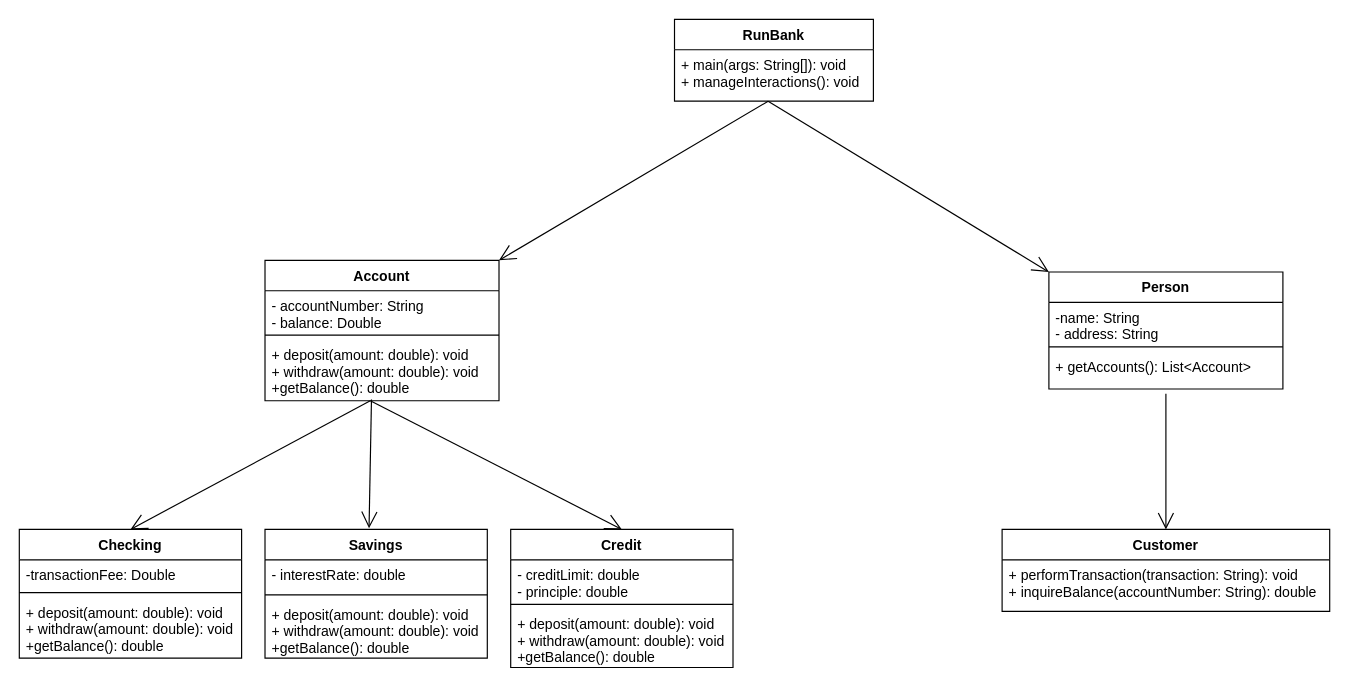
V00D00M/El-Paso-Miners-Bank keeps this draw.io diagram as UML Diagrams/UML Class Diagram.drawio. Above is the earlier version. Source tidied: cells renumbered, new cells numbered last; positions are measured from the earlier drawing's top-left corner, leaving out a move shared by most shapes. Both pictures are drawn from the tidied source at 117%, with x=0, y=0 at pixel (19, 19).
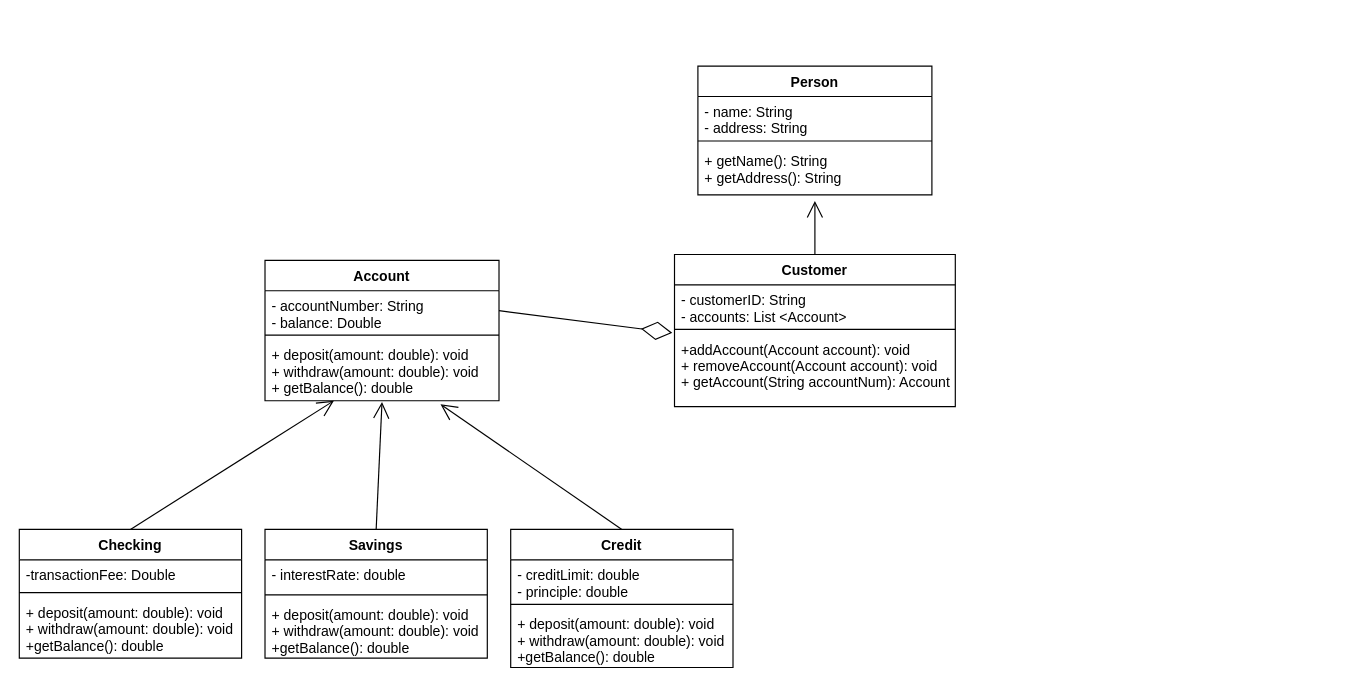
The same page after the edit.

Commit message:
Updated UML Diagram

Unchanged cells that the change refers to:
```xml
<mxCell id="2" value="Account" style="swimlane;fontStyle=1;align=center;verticalAlign=top;horizontal=1;startSize=26;" parent="1" vertex="1">
  <mxGeometry x="210" y="206" width="200" height="120" as="geometry" />
</mxCell>
<mxCell id="3" value="- accountNumber: String&#10;- balance: Double" style="text;strokeColor=none;fillColor=none;align=left;verticalAlign=top;spacingLeft=4;spacingRight=4;overflow=hidden;points=[[0,0.5],[1,0.5]];portConstraint=eastwest;" parent="2" vertex="1">
  <mxGeometry y="26" width="200" height="34" as="geometry" />
</mxCell>
<mxCell id="6" value="Checking" style="swimlane;fontStyle=1;align=center;verticalAlign=top;horizontal=1;startSize=26;" parent="1" vertex="1">
  <mxGeometry y="436" width="190" height="110" as="geometry" />
</mxCell>
<mxCell id="10" value="Savings" style="swimlane;fontStyle=1;align=center;verticalAlign=top;horizontal=1;startSize=26;" parent="1" vertex="1">
  <mxGeometry x="210" y="436" width="190" height="110" as="geometry" />
</mxCell>
<mxCell id="15" value="Credit" style="swimlane;fontStyle=1;align=center;verticalAlign=top;horizontal=1;startSize=26;" parent="1" vertex="1">
  <mxGeometry x="420" y="436" width="190" height="118" as="geometry" />
</mxCell>
```

Diff of the diagram source:
```diff
@@
-    <mxCell id="5" value="+ deposit(amount: double): void&#10;+ withdraw(amount: double): void&#10;+getBalance(): double" style="text;strokeColor=none;fillColor=none;align=left;verticalAlign=top;spacingLeft=4;spacingRight=4;overflow=hidden;points=[[0,0.5],[1,0.5]];portConstraint=eastwest;" parent="2" vertex="1">
+    <mxCell id="5" value="+ deposit(amount: double): void&#10;+ withdraw(amount: double): void&#10;+ getBalance(): double" style="text;strokeColor=none;fillColor=none;align=left;verticalAlign=top;spacingLeft=4;spacingRight=4;overflow=hidden;points=[[0,0.5],[1,0.5]];portConstraint=eastwest;" parent="2" vertex="1">
       <mxGeometry y="68" width="200" height="52" as="geometry" />
     </mxCell>
@@
     <mxCell id="19" value="Person" style="swimlane;fontStyle=1;align=center;verticalAlign=top;horizontal=1;startSize=26;" parent="1" vertex="1">
-      <mxGeometry x="880" y="216" width="200" height="100" as="geometry" />
+      <mxGeometry x="580" y="40" width="200" height="110" as="geometry" />
     </mxCell>
-    <mxCell id="20" value="-name: String&#10;- address: String" style="text;strokeColor=none;fillColor=none;align=left;verticalAlign=top;spacingLeft=4;spacingRight=4;overflow=hidden;" parent="19" vertex="1">
+    <mxCell id="20" value="- name: String&#10;- address: String" style="text;strokeColor=none;fillColor=none;align=left;verticalAlign=top;spacingLeft=4;spacingRight=4;overflow=hidden;" parent="19" vertex="1">
       <mxGeometry y="26" width="200" height="34" as="geometry" />
     </mxCell>
@@
-    <mxCell id="22" value="+ getAccounts(): List&lt;Account&gt;" style="text;strokeColor=none;fillColor=none;align=left;verticalAlign=top;spacingLeft=4;spacingRight=4;overflow=hidden;points=[[0,0.5],[1,0.5]];portConstraint=eastwest;" parent="19" vertex="1">
-      <mxGeometry y="68" width="200" height="32" as="geometry" />
+    <mxCell id="22" value="+ getName(): String&#10;+ getAddress(): String" style="text;strokeColor=none;fillColor=none;align=left;verticalAlign=top;spacingLeft=4;spacingRight=4;overflow=hidden;points=[[0,0.5],[1,0.5]];portConstraint=eastwest;" parent="19" vertex="1">
+      <mxGeometry y="68" width="200" height="42" as="geometry" />
     </mxCell>
-    <mxCell id="23" value="Customer" style="swimlane;fontStyle=1;align=center;verticalAlign=top;horizontal=1;startSize=26;" parent="1" vertex="1">
-      <mxGeometry x="840" y="436" width="280" height="70" as="geometry" />
-    </mxCell>
-    <mxCell id="24" value="+ performTransaction(transaction: String): void&#10;+ inquireBalance(accountNumber: String): double" style="text;strokeColor=none;fillColor=none;align=left;verticalAlign=top;spacingLeft=4;spacingRight=4;overflow=hidden;" parent="23" vertex="1">
-      <mxGeometry y="26" width="280" height="44" as="geometry" />
-    </mxCell>
-    <mxCell id="25" value="RunBank" style="swimlane;fontStyle=1;align=center;verticalAlign=top;horizontal=1;startSize=26;" parent="1" vertex="1">
-      <mxGeometry x="560" width="170" height="70" as="geometry" />
-    </mxCell>
-    <mxCell id="26" value="+ main(args: String[]): void&#10;+ manageInteractions(): void" style="text;strokeColor=none;fillColor=none;align=left;verticalAlign=top;spacingLeft=4;spacingRight=4;overflow=hidden;points=[[0,0.5],[1,0.5]];portConstraint=eastwest;" parent="25" vertex="1">
-      <mxGeometry y="26" width="170" height="44" as="geometry" />
-    </mxCell>
-    <mxCell id="27" style="endArrow=open;endFill=1;endSize=12;html=1;exitX=0.45;exitY=1;exitDx=0;exitDy=0;exitPerimeter=0;entryX=0.5;entryY=0;entryDx=0;entryDy=0;" parent="1" edge="1" source="5" target="6">
+    <mxCell id="27" style="endArrow=open;endFill=1;endSize=12;html=1;exitX=0.5;exitY=0;exitDx=0;exitDy=0;" parent="1" edge="1" source="6" target="5">
       <mxGeometry relative="1" as="geometry" />
     </mxCell>
-    <mxCell id="28" style="endArrow=open;endFill=1;endSize=12;html=1;exitX=0.455;exitY=0.981;exitDx=0;exitDy=0;exitPerimeter=0;entryX=0.468;entryY=-0.009;entryDx=0;entryDy=0;entryPerimeter=0;" parent="1" edge="1" source="5" target="10">
+    <mxCell id="28" style="endArrow=open;endFill=1;endSize=12;html=1;exitX=0.5;exitY=0;exitDx=0;exitDy=0;entryX=0.5;entryY=1.019;entryDx=0;entryDy=0;entryPerimeter=0;" parent="1" edge="1" source="10" target="5">
       <mxGeometry relative="1" as="geometry" />
     </mxCell>
-    <mxCell id="29" style="endArrow=open;endFill=1;endSize=12;html=1;entryX=0.5;entryY=0;entryDx=0;entryDy=0;" parent="1" edge="1" target="15">
-      <mxGeometry relative="1" as="geometry">
-        <mxPoint x="300" y="326" as="sourcePoint" />
-      </mxGeometry>
+    <mxCell id="29" style="endArrow=open;endFill=1;endSize=12;html=1;entryX=0.75;entryY=1.058;entryDx=0;entryDy=0;entryPerimeter=0;exitX=0.5;exitY=0;exitDx=0;exitDy=0;" parent="1" edge="1" source="15" target="5">
+      <mxGeometry relative="1" as="geometry" />
     </mxCell>
-    <mxCell id="30" style="endArrow=open;endFill=1;endSize=12;html=1;exitX=0.471;exitY=1;exitDx=0;exitDy=0;exitPerimeter=0;entryX=1;entryY=0;entryDx=0;entryDy=0;" parent="1" edge="1" source="26" target="2">
-      <mxGeometry relative="1" as="geometry" />
-    </mxCell>
-    <mxCell id="31" style="endArrow=open;endFill=1;endSize=12;html=1;entryX=0;entryY=0;entryDx=0;entryDy=0;" parent="1" edge="1" target="19">
-      <mxGeometry relative="1" as="geometry">
-        <mxPoint x="640" y="70" as="sourcePoint" />
-      </mxGeometry>
-    </mxCell>
-    <mxCell id="32" style="endArrow=open;endFill=1;endSize=12;html=1;exitX=0.5;exitY=1.125;exitDx=0;exitDy=0;exitPerimeter=0;entryX=0.5;entryY=0;entryDx=0;entryDy=0;" parent="1" edge="1" source="22" target="23">
+    <mxCell id="32" style="endArrow=open;endFill=1;endSize=12;html=1;entryX=0.5;entryY=1.125;entryDx=0;entryDy=0;entryPerimeter=0;exitX=0.5;exitY=0;exitDx=0;exitDy=0;" parent="1" edge="1" source="23" target="22">
       <mxGeometry relative="1" as="geometry" />
     </mxCell>
+    <mxCell id="33" style="endArrow=diamondThin;endFill=0;endSize=24;html=1;exitX=1;exitY=0.5;exitDx=0;exitDy=0;entryX=-0.008;entryY=-0.016;entryDx=0;entryDy=0;entryPerimeter=0;" parent="1" edge="1" source="3" target="36">
+      <mxGeometry relative="1" as="geometry" />
+    </mxCell>
+    <mxCell id="23" value="Customer" style="swimlane;fontStyle=1;align=center;verticalAlign=top;horizontal=1;startSize=26;" parent="1" vertex="1">
+      <mxGeometry x="560" y="201" width="240" height="130" as="geometry" />
+    </mxCell>
+    <mxCell id="34" value="- customerID: String&#10;- accounts: List &lt;Account&gt;" style="text;strokeColor=none;fillColor=none;align=left;verticalAlign=top;spacingLeft=4;spacingRight=4;overflow=hidden;" parent="23" vertex="1">
+      <mxGeometry y="26" width="240" height="34" as="geometry" />
+    </mxCell>
+    <mxCell id="35" style="line;strokeWidth=1;fillColor=none;align=left;verticalAlign=middle;spacingTop=-1;spacingLeft=3;spacingRight=3;labelPosition=right;strokeColor=inherit;" parent="23" vertex="1">
+      <mxGeometry y="60" width="240" height="8" as="geometry" />
+    </mxCell>
+    <mxCell id="36" value="+addAccount(Account account): void&#10;+ removeAccount(Account account): void&#10;+ getAccount(String accountNum): Account" style="text;strokeColor=none;fillColor=none;align=left;verticalAlign=top;spacingLeft=4;spacingRight=4;overflow=hidden;points=[[0,0.5],[1,0.5]];portConstraint=eastwest;" parent="23" vertex="1">
+      <mxGeometry y="68" width="240" height="62" as="geometry" />
+    </mxCell>
```
